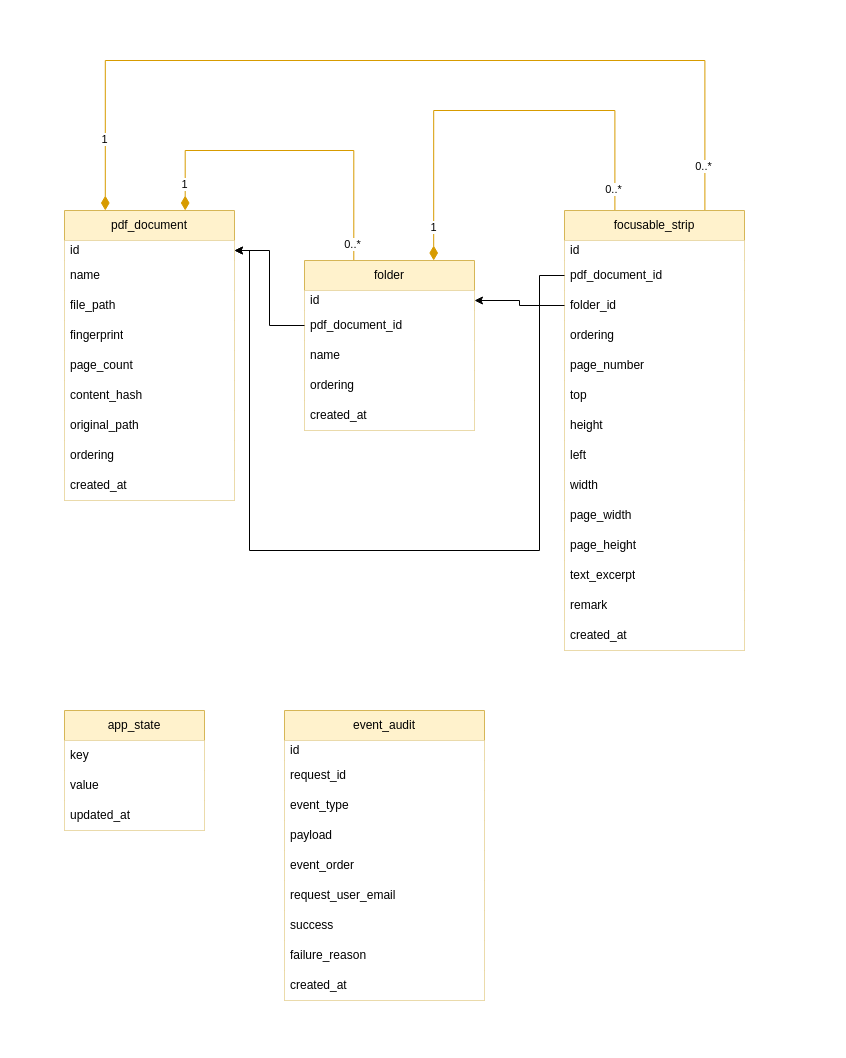
This is backend/prisma/draw.io/schema.drawio from machingclee/focusable-pdf-reader, a draw.io file, before an edit. Source tidied: cells renumbered, new cells numbered last; positions are measured from the earlier drawing's top-left corner, leaving out a move shared by most shapes. Both pictures are drawn from the tidied source at 100%, with x=0, y=0 at pixel (64, 60).
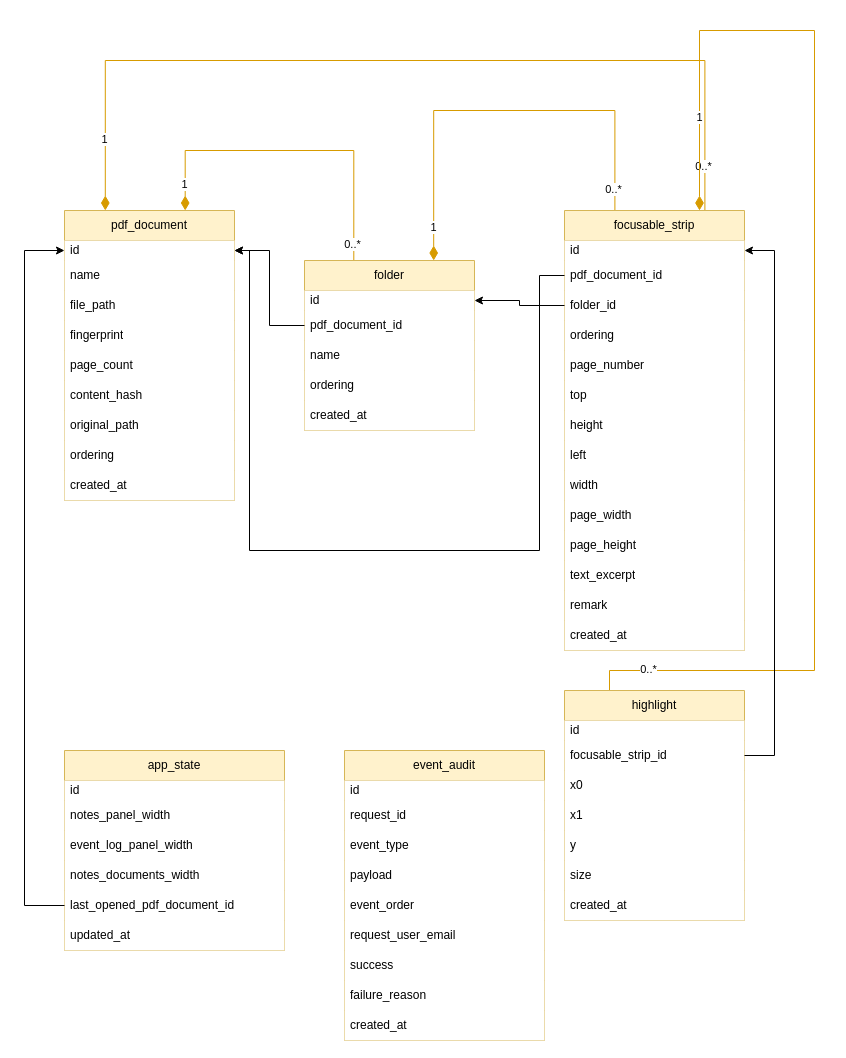
After the change.

The change refers to these unchanged cells:
```xml
<mxCell id="12" value="id" style="text;align=left;verticalAlign=middle;spacingLeft=4;spacingRight=4;overflow=hidden;points=[[0,0.5],[1,0.5]];portConstraint=eastwest;whiteSpace=wrap;html=1;fillColor=default;" parent="11" vertex="1">
  <mxGeometry y="30" width="170" height="20" as="geometry" />
</mxCell>
<mxCell id="27" value="focusable_strip" style="swimlane;fontStyle=0;horizontal=1;startSize=30;whiteSpace=wrap;html=1;fillColor=#fff2cc;strokeColor=#d6b656;" parent="1" vertex="1">
  <mxGeometry x="500" y="150" width="180" height="440" as="geometry" />
</mxCell>
<mxCell id="28" value="id" style="text;align=left;verticalAlign=middle;spacingLeft=4;spacingRight=4;overflow=hidden;points=[[0,0.5],[1,0.5]];portConstraint=eastwest;whiteSpace=wrap;html=1;fillColor=default;" parent="27" vertex="1">
  <mxGeometry y="30" width="180" height="20" as="geometry" />
</mxCell>
```

Change to the diagram source:
```diff
@@
+    <mxCell id="59" style="edgeStyle=orthogonalEdgeStyle;rounded=0;jettySize=auto;html=1;exitX=0.75;exitY=0;exitDx=0;exitDy=0;entryX=0.25;entryY=0;entryDx=0;entryDy=0;fillColor=#ffe6cc;strokeColor=#d79b00;startArrow=diamondThin;startFill=1;startSize=12;endArrow=none;endFill=0;" parent="1" edge="1" source="27" target="62">
+      <mxGeometry relative="1" as="geometry">
+        <Array as="points">
+          <mxPoint x="635" y="-30" />
+          <mxPoint x="750" y="-30" />
+          <mxPoint x="750" y="610" />
+          <mxPoint x="545" y="610" />
+        </Array>
+      </mxGeometry>
+    </mxCell>
+    <mxCell id="60" value="1" style="edgeLabel;html=1;align=center;verticalAlign=middle;" parent="59" vertex="1">
+      <mxGeometry x="-0.84" y="1" relative="1" as="geometry" />
+    </mxCell>
+    <mxCell id="61" value="0..*" style="edgeLabel;html=1;align=center;verticalAlign=middle;" parent="59" vertex="1">
+      <mxGeometry x="0.9" y="-2" relative="1" as="geometry" />
+    </mxCell>
@@
+    <mxCell id="62" value="highlight" style="swimlane;fontStyle=0;horizontal=1;startSize=30;whiteSpace=wrap;html=1;fillColor=#fff2cc;strokeColor=#d6b656;" parent="1" vertex="1">
+      <mxGeometry x="500" y="630" width="180" height="230" as="geometry" />
+    </mxCell>
+    <mxCell id="63" value="id" style="text;align=left;verticalAlign=middle;spacingLeft=4;spacingRight=4;overflow=hidden;whiteSpace=wrap;html=1;fillColor=default;" parent="62" vertex="1">
+      <mxGeometry y="30" width="180" height="20" as="geometry" />
+    </mxCell>
+    <mxCell id="64" value="focusable_strip_id" style="text;align=left;verticalAlign=middle;spacingLeft=4;spacingRight=4;overflow=hidden;points=[[0,0.5],[1,0.5]];portConstraint=eastwest;whiteSpace=wrap;html=1;fillColor=default;" parent="62" vertex="1">
+      <mxGeometry y="50" width="180" height="30" as="geometry" />
+    </mxCell>
+    <mxCell id="65" value="x0" style="text;align=left;verticalAlign=middle;spacingLeft=4;spacingRight=4;overflow=hidden;whiteSpace=wrap;html=1;fillColor=default;" parent="62" vertex="1">
+      <mxGeometry y="80" width="180" height="30" as="geometry" />
+    </mxCell>
+    <mxCell id="66" value="x1" style="text;align=left;verticalAlign=middle;spacingLeft=4;spacingRight=4;overflow=hidden;whiteSpace=wrap;html=1;fillColor=default;" parent="62" vertex="1">
+      <mxGeometry y="110" width="180" height="30" as="geometry" />
+    </mxCell>
+    <mxCell id="67" value="y" style="text;align=left;verticalAlign=middle;spacingLeft=4;spacingRight=4;overflow=hidden;whiteSpace=wrap;html=1;fillColor=default;" parent="62" vertex="1">
+      <mxGeometry y="140" width="180" height="30" as="geometry" />
+    </mxCell>
+    <mxCell id="68" value="size" style="text;align=left;verticalAlign=middle;spacingLeft=4;spacingRight=4;overflow=hidden;whiteSpace=wrap;html=1;fillColor=default;" parent="62" vertex="1">
+      <mxGeometry y="170" width="180" height="30" as="geometry" />
+    </mxCell>
+    <mxCell id="69" value="created_at" style="text;align=left;verticalAlign=middle;spacingLeft=4;spacingRight=4;overflow=hidden;whiteSpace=wrap;html=1;fillColor=default;" parent="62" vertex="1">
+      <mxGeometry y="200" width="180" height="30" as="geometry" />
+    </mxCell>
     <mxCell id="42" value="app_state" style="swimlane;fontStyle=0;horizontal=1;startSize=30;whiteSpace=wrap;html=1;fillColor=#fff2cc;strokeColor=#d6b656;" parent="1" vertex="1">
-      <mxGeometry y="650" width="140" height="120" as="geometry" />
+      <mxGeometry y="690" width="220" height="200" as="geometry" />
     </mxCell>
-    <mxCell id="43" value="key" style="text;align=left;verticalAlign=middle;spacingLeft=4;spacingRight=4;overflow=hidden;whiteSpace=wrap;html=1;fillColor=default;" parent="42" vertex="1">
-      <mxGeometry y="30" width="140" height="30" as="geometry" />
-    </mxCell>
-    <mxCell id="44" value="value" style="text;align=left;verticalAlign=middle;spacingLeft=4;spacingRight=4;overflow=hidden;whiteSpace=wrap;html=1;fillColor=default;" parent="42" vertex="1">
-      <mxGeometry y="60" width="140" height="30" as="geometry" />
-    </mxCell>
+    <mxCell id="70" value="id" style="text;align=left;verticalAlign=middle;spacingLeft=4;spacingRight=4;overflow=hidden;whiteSpace=wrap;html=1;fillColor=default;" parent="42" vertex="1">
+      <mxGeometry y="30" width="220" height="20" as="geometry" />
+    </mxCell>
+    <mxCell id="71" value="notes_panel_width" style="text;align=left;verticalAlign=middle;spacingLeft=4;spacingRight=4;overflow=hidden;whiteSpace=wrap;html=1;fillColor=default;" parent="42" vertex="1">
+      <mxGeometry y="50" width="220" height="30" as="geometry" />
+    </mxCell>
+    <mxCell id="72" value="event_log_panel_width" style="text;align=left;verticalAlign=middle;spacingLeft=4;spacingRight=4;overflow=hidden;whiteSpace=wrap;html=1;fillColor=default;" parent="42" vertex="1">
+      <mxGeometry y="80" width="220" height="30" as="geometry" />
+    </mxCell>
+    <mxCell id="73" value="notes_documents_width" style="text;align=left;verticalAlign=middle;spacingLeft=4;spacingRight=4;overflow=hidden;whiteSpace=wrap;html=1;fillColor=default;" parent="42" vertex="1">
+      <mxGeometry y="110" width="220" height="30" as="geometry" />
+    </mxCell>
+    <mxCell id="74" value="last_opened_pdf_document_id" style="text;align=left;verticalAlign=middle;spacingLeft=4;spacingRight=4;overflow=hidden;points=[[0,0.5],[1,0.5]];portConstraint=eastwest;whiteSpace=wrap;html=1;fillColor=default;" parent="42" vertex="1">
+      <mxGeometry y="140" width="220" height="30" as="geometry" />
+    </mxCell>
     <mxCell id="45" value="updated_at" style="text;align=left;verticalAlign=middle;spacingLeft=4;spacingRight=4;overflow=hidden;whiteSpace=wrap;html=1;fillColor=default;" parent="42" vertex="1">
-      <mxGeometry y="90" width="140" height="30" as="geometry" />
+      <mxGeometry y="170" width="220" height="30" as="geometry" />
     </mxCell>
     <mxCell id="46" value="event_audit" style="swimlane;fontStyle=0;horizontal=1;startSize=30;whiteSpace=wrap;html=1;fillColor=#fff2cc;strokeColor=#d6b656;" parent="1" vertex="1">
-      <mxGeometry x="220" y="650" width="200" height="290" as="geometry" />
+      <mxGeometry x="280" y="690" width="200" height="290" as="geometry" />
     </mxCell>
@@
+    <mxCell id="75" style="edgeStyle=orthogonalEdgeStyle;rounded=0;jettySize=auto;html=1;exitX=1;exitY=0.5;exitDx=0;exitDy=0;entryX=1;entryY=0.5;entryDx=0;entryDy=0;" parent="1" edge="1" source="64" target="28">
+      <mxGeometry relative="1" as="geometry">
+        <Array as="points">
+          <mxPoint x="710" y="695" />
+          <mxPoint x="710" y="190" />
+        </Array>
+      </mxGeometry>
+    </mxCell>
+    <mxCell id="76" style="edgeStyle=orthogonalEdgeStyle;rounded=0;jettySize=auto;html=1;exitX=0;exitY=0.5;exitDx=0;exitDy=0;entryX=0;entryY=0.5;entryDx=0;entryDy=0;" parent="1" edge="1" source="74" target="12">
+      <mxGeometry relative="1" as="geometry">
+        <Array as="points">
+          <mxPoint x="-40" y="845" />
+          <mxPoint x="-40" y="190" />
+        </Array>
+      </mxGeometry>
+    </mxCell>
```
